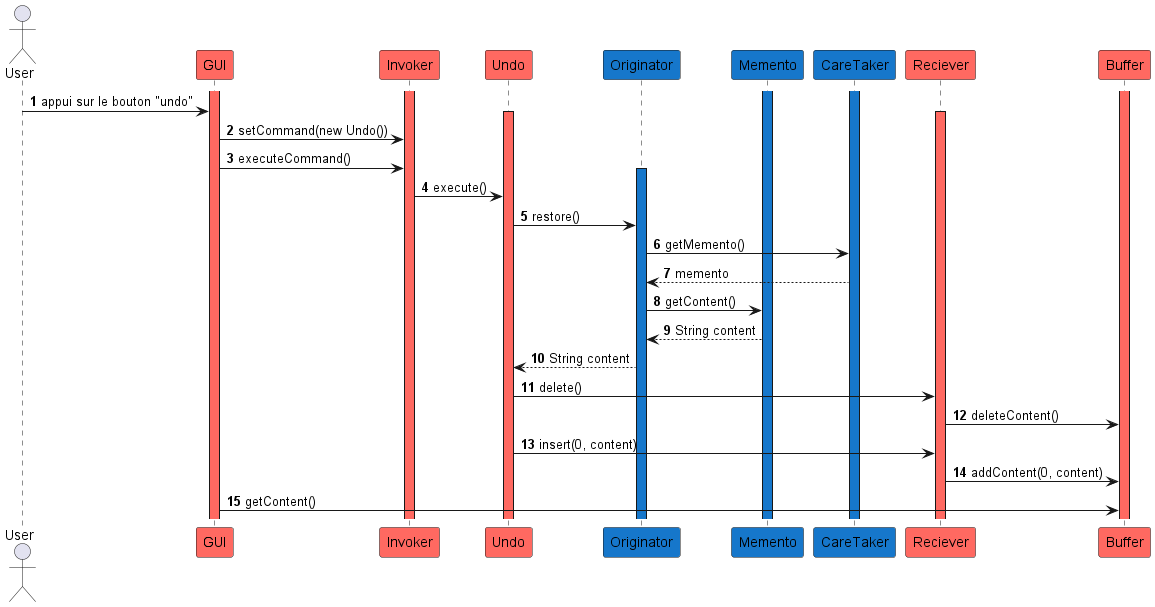
Earlier version of the PlantUML export V2/Conception/diagrams/Undo.png (Camille-Molinier/text-editor). Its diagram source:
```plantuml
@startuml

autonumber

actor User

participant GUI #ff6961
participant Invoker #ff6961
participant Undo #ff6961
participant Originator #1677CB
participant Memento #1677CB
participant CareTaker #1677CB
participant Reciever #ff6961
participant Buffer #ff6961

activate CareTaker #1677CB
activate Invoker #ff6961
activate GUI #ff6961
activate Buffer #ff6961
activate Memento #1677CB

User -> GUI : appui sur le bouton "undo"

activate Undo #ff6961
activate Reciever #ff6961
GUI -> Invoker : setCommand(new Undo())
GUI -> Invoker : executeCommand()

activate Originator #1677CB
Invoker -> Undo : execute()

Undo -> Originator : restore()

Originator -> CareTaker : getMemento()
CareTaker --> Originator : memento
Originator -> Memento : getContent()
Memento --> Originator : String content
Originator --> Undo : String content

Undo -> Reciever : delete()
Reciever -> Buffer : deleteContent()

Undo -> Reciever : insert(0, content)
Reciever -> Buffer : addContent(0, content)

GUI -> Buffer : getContent()
@enduml
```
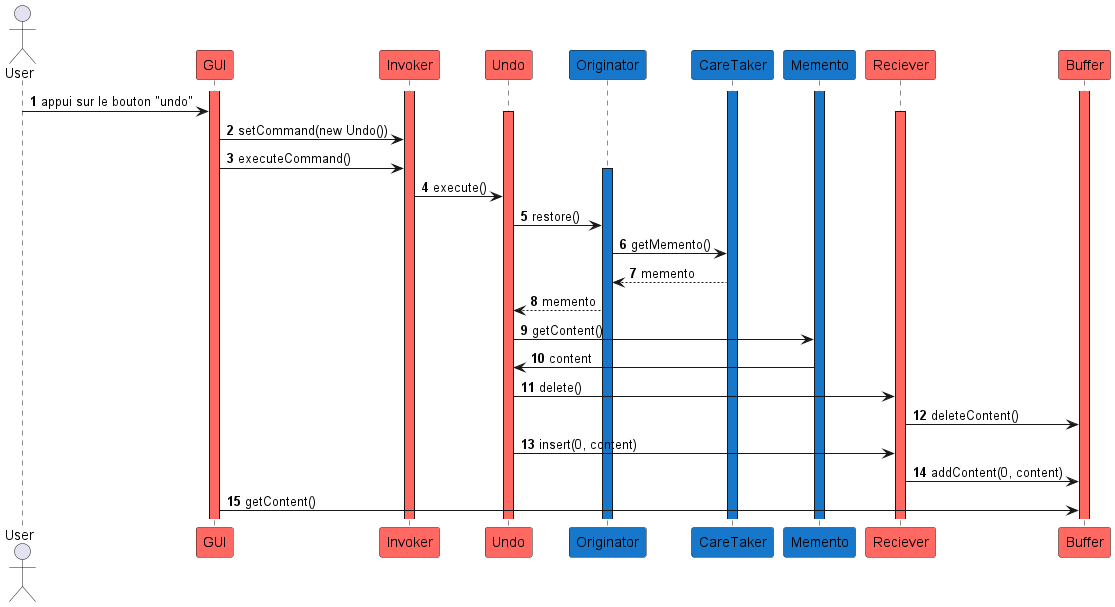
After the commit.

Diff of the diagram source:
```diff
@@ -8,16 +8,16 @@
 participant Invoker #ff6961
 participant Undo #ff6961
 participant Originator #1677CB
+participant CareTaker #1677CB
 participant Memento #1677CB
-participant CareTaker #1677CB
 participant Reciever #ff6961
 participant Buffer #ff6961
 
 activate CareTaker #1677CB
 activate Invoker #ff6961
+activate Memento #1677CB
 activate GUI #ff6961
 activate Buffer #ff6961
-activate Memento #1677CB
 
 User -> GUI : appui sur le bouton "undo"
 
@@ -33,10 +33,10 @@
 
 Originator -> CareTaker : getMemento()
 CareTaker --> Originator : memento
-Originator -> Memento : getContent()
-Memento --> Originator : String content
-Originator --> Undo : String content
+Originator --> Undo : memento
 
+Undo -> Memento : getContent()
+Memento -> Undo : content
 Undo -> Reciever : delete()
 Reciever -> Buffer : deleteContent()
 
```
